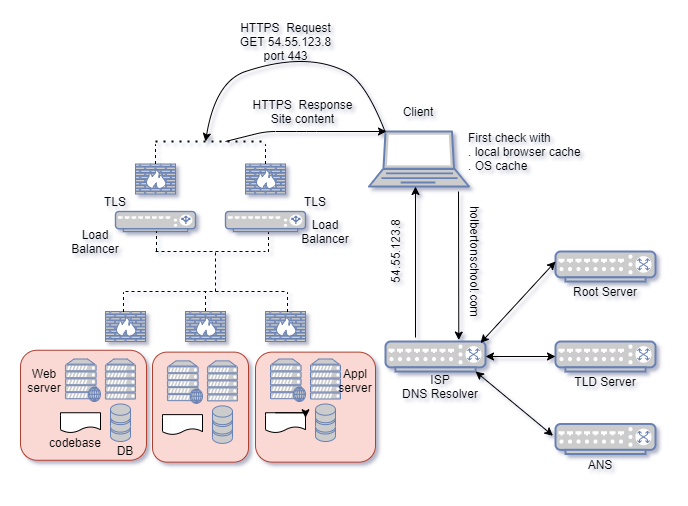
huy75/holberton-system_engineering-devops keeps this draw.io diagram as 0x11-what_happens_when_your_type_holbertonschool_com_in_your_browser_and_press_enter/images/blog.png. Above is the earlier version. Source tidied: cells renumbered, new cells last; positions are measured from the earlier drawing's top-left corner, leaving out a move shared by most shapes.
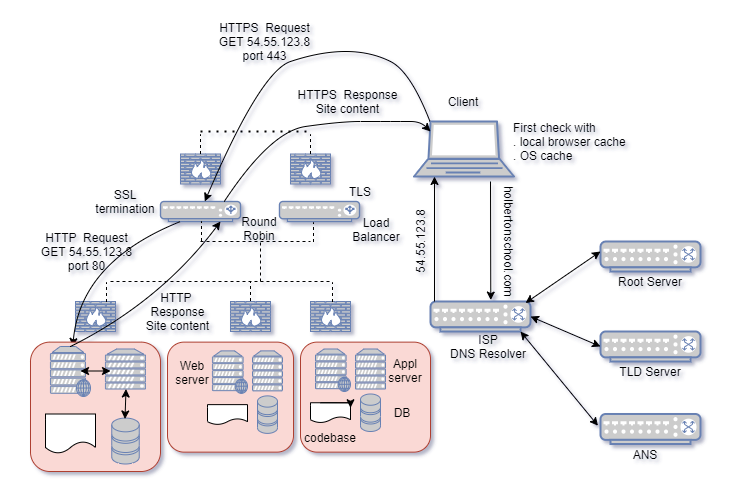
Later version of the same file.

Change to the diagram source:
```diff
@@ -3,10 +3,10 @@
     <mxCell id="0" />
     <mxCell id="1" parent="0" />
     <mxCell id="2" value="holbertonschool.com" style="text;html=1;strokeColor=none;fillColor=none;align=center;verticalAlign=middle;whiteSpace=wrap;rounded=0;rotation=90;" parent="1" vertex="1">
-      <mxGeometry x="395" y="220" width="120" height="20" as="geometry" />
+      <mxGeometry x="384" y="210" width="120" height="20" as="geometry" />
     </mxCell>
     <mxCell id="3" value="54.55.123.8" style="text;html=1;strokeColor=none;fillColor=none;align=center;verticalAlign=middle;whiteSpace=wrap;rounded=0;rotation=-90;" parent="1" vertex="1">
-      <mxGeometry x="325" y="210" width="100" height="20" as="geometry" />
+      <mxGeometry x="305" y="210" width="100" height="20" as="geometry" />
     </mxCell>
     <mxCell id="4" style="fontColor=#0066CC;verticalAlign=top;verticalLabelPosition=bottom;labelPosition=center;align=center;html=1;outlineConnect=0;fillColor=#CCCCCC;strokeColor=#6881B3;gradientColor=none;gradientDirection=north;strokeWidth=2;shape=mxgraph.networks.laptop;" parent="1" vertex="1">
       <mxGeometry x="348.5" y="100" width="100" height="55" as="geometry" />
@@ -15,13 +15,13 @@
       <mxGeometry x="378.5" y="70" width="40" height="20" as="geometry" />
     </mxCell>
     <mxCell id="6" value="ISP&lt;br&gt;DNS Resolver" style="text;html=1;strokeColor=none;fillColor=none;align=center;verticalAlign=middle;whiteSpace=wrap;rounded=0;" parent="1" vertex="1">
-      <mxGeometry x="375" y="340" width="90" height="30" as="geometry" />
+      <mxGeometry x="378.5" y="310" width="90" height="30" as="geometry" />
     </mxCell>
     <mxCell id="7" value="First check with&lt;br&gt;. local browser cache&lt;br&gt;. OS cache" style="text;html=1;strokeColor=none;fillColor=none;align=left;verticalAlign=middle;whiteSpace=wrap;rounded=0;" parent="1" vertex="1">
       <mxGeometry x="446" y="90" width="139" height="60" as="geometry" />
     </mxCell>
     <mxCell id="8" style="fontColor=#0066CC;verticalAlign=top;verticalLabelPosition=bottom;labelPosition=center;align=center;html=1;outlineConnect=0;fillColor=#CCCCCC;strokeColor=#6881B3;gradientColor=none;gradientDirection=north;strokeWidth=2;shape=mxgraph.networks.switch;" parent="1" vertex="1">
-      <mxGeometry x="365" y="310" width="100" height="30" as="geometry" />
+      <mxGeometry x="365" y="280" width="100" height="30" as="geometry" />
     </mxCell>
     <mxCell id="9" style="fontColor=#0066CC;verticalAlign=top;verticalLabelPosition=bottom;labelPosition=center;align=center;html=1;fillColor=#CCCCCC;strokeColor=#6881B3;gradientColor=none;gradientDirection=north;strokeWidth=2;shape=mxgraph.networks.switch;" parent="1" vertex="1">
       <mxGeometry x="535" y="392.5" width="100" height="30" as="geometry" />
@@ -43,13 +43,14 @@
     </mxCell>
     <mxCell id="15" style="endArrow=classic;html=1;" parent="1" edge="1">
       <mxGeometry relative="1" as="geometry">
-        <mxPoint x="395" y="306" as="sourcePoint" />
-        <mxPoint x="395" y="155" as="targetPoint" />
+        <mxPoint x="369" y="280" as="sourcePoint" />
+        <mxPoint x="369" y="155" as="targetPoint" />
       </mxGeometry>
     </mxCell>
-    <mxCell id="16" style="endArrow=classic;html=1;entryX=0.733;entryY=-0.047;entryDx=0;entryDy=0;entryPerimeter=0;" parent="1" edge="1" target="8">
+    <mxCell id="16" style="endArrow=classic;html=1;entryX=0.733;entryY=-0.047;entryDx=0;entryDy=0;entryPerimeter=0;" parent="1" edge="1">
       <mxGeometry relative="1" as="geometry">
-        <mxPoint x="438" y="160" as="sourcePoint" />
+        <mxPoint x="425" y="160" as="sourcePoint" />
+        <mxPoint x="425.3" y="278.6" as="targetPoint" />
       </mxGeometry>
     </mxCell>
     <mxCell id="17" style="fontColor=#0066CC;verticalAlign=top;verticalLabelPosition=bottom;labelPosition=center;align=center;html=1;outlineConnect=0;fillColor=#CCCCCC;strokeColor=#6881B3;gradientColor=none;gradientDirection=north;strokeWidth=2;shape=mxgraph.networks.firewall;" parent="1" vertex="1">
@@ -62,7 +63,7 @@
       <mxGeometry x="95" y="180" width="80" height="20" as="geometry" />
     </mxCell>
     <mxCell id="20" style="fontColor=#0066CC;verticalAlign=top;verticalLabelPosition=bottom;labelPosition=center;align=center;html=1;fillColor=#CCCCCC;strokeColor=#6881B3;gradientColor=none;gradientDirection=north;strokeWidth=2;shape=mxgraph.networks.load_balancer;" parent="1" vertex="1">
-      <mxGeometry x="205" y="180" width="80" height="20" as="geometry" />
+      <mxGeometry x="214" y="180" width="80" height="20" as="geometry" />
     </mxCell>
     <mxCell id="21" style="endArrow=none;dashed=1;html=1;dashPattern=1 3;strokeWidth=2;" parent="1" edge="1">
       <mxGeometry relative="1" as="geometry">
@@ -85,9 +86,8 @@
         <mxPoint x="532.5" y="404.2" as="targetPoint" />
       </mxGeometry>
     </mxCell>
-    <mxCell id="25" style="curved=1;endArrow=classic;html=1;exitX=0.16;exitY=0;exitDx=0;exitDy=0;exitPerimeter=0;" parent="1" edge="1" source="4">
+    <mxCell id="25" style="curved=1;endArrow=classic;html=1;exitX=0.16;exitY=0;exitDx=0;exitDy=0;exitPerimeter=0;" parent="1" edge="1" source="4" target="19">
       <mxGeometry relative="1" as="geometry">
-        <mxPoint x="185" y="110" as="targetPoint" />
         <Array as="points">
           <mxPoint x="345" y="50" />
           <mxPoint x="305" y="30" />
@@ -108,7 +108,7 @@
       </mxGeometry>
     </mxCell>
     <mxCell id="28" style="fontColor=#0066CC;verticalAlign=top;verticalLabelPosition=bottom;labelPosition=center;align=center;html=1;fillColor=#CCCCCC;strokeColor=#6881B3;gradientColor=none;gradientDirection=north;strokeWidth=2;shape=mxgraph.networks.firewall;" parent="1" vertex="1">
-      <mxGeometry x="85" y="280" width="40" height="30" as="geometry" />
+      <mxGeometry x="10" y="280" width="40" height="30" as="geometry" />
     </mxCell>
     <mxCell id="29" style="fontColor=#0066CC;verticalAlign=top;verticalLabelPosition=bottom;labelPosition=center;align=center;html=1;fillColor=#CCCCCC;strokeColor=#6881B3;gradientColor=none;gradientDirection=north;strokeWidth=2;shape=mxgraph.networks.firewall;" parent="1" vertex="1">
       <mxGeometry x="165" y="280" width="40" height="30" as="geometry" />
@@ -116,36 +116,9 @@
     <mxCell id="30" style="fontColor=#0066CC;verticalAlign=top;verticalLabelPosition=bottom;labelPosition=center;align=center;html=1;fillColor=#CCCCCC;strokeColor=#6881B3;gradientColor=none;gradientDirection=north;strokeWidth=2;shape=mxgraph.networks.firewall;" parent="1" vertex="1">
       <mxGeometry x="245" y="280" width="40" height="30" as="geometry" />
     </mxCell>
-    <mxCell id="31" style="group;shadow=1;" parent="1" vertex="1">
-      <mxGeometry x="40" y="327.5" width="86" height="101.2" as="geometry" />
-    </mxCell>
-    <mxCell id="32" style="whiteSpace=wrap;html=1;fillColor=#fad9d5;fontSize=14;strokeColor=#ae4132;verticalAlign=top;rounded=1;" parent="31" vertex="1">
-      <mxGeometry x="-40" y="-8.8" width="126" height="110" as="geometry" />
-    </mxCell>
-    <mxCell id="33" style="fontColor=#0066CC;verticalAlign=top;verticalLabelPosition=bottom;labelPosition=center;align=center;html=1;outlineConnect=0;fillColor=#CCCCCC;strokeColor=#6881B3;gradientColor=none;gradientDirection=north;strokeWidth=2;shape=mxgraph.networks.web_server;" parent="31" vertex="1">
-      <mxGeometry x="5" width="35" height="42.5" as="geometry" />
-    </mxCell>
-    <mxCell id="34" style="fontColor=#0066CC;verticalAlign=top;verticalLabelPosition=bottom;labelPosition=center;align=center;html=1;fillColor=#CCCCCC;strokeColor=#6881B3;gradientColor=none;gradientDirection=north;strokeWidth=2;shape=mxgraph.networks.storage;" parent="31" vertex="1">
-      <mxGeometry x="50" y="45" width="20" height="37.5" as="geometry" />
-    </mxCell>
-    <mxCell id="35" style="fontColor=#0066CC;verticalAlign=top;verticalLabelPosition=bottom;labelPosition=center;align=center;html=1;fillColor=#CCCCCC;strokeColor=#6881B3;gradientColor=none;gradientDirection=north;strokeWidth=2;shape=mxgraph.networks.server;" parent="31" vertex="1">
-      <mxGeometry x="45" width="30" height="40" as="geometry" />
-    </mxCell>
-    <mxCell id="36" style="shape=document;whiteSpace=wrap;html=1;boundedLbl=1;" parent="31" vertex="1">
-      <mxGeometry y="53.8" width="40" height="20" as="geometry" />
-    </mxCell>
-    <mxCell id="37" value="codebase" style="text;html=1;strokeColor=none;fillColor=none;align=center;verticalAlign=middle;whiteSpace=wrap;rounded=0;" parent="31" vertex="1">
-      <mxGeometry x="-5" y="73.8" width="40" height="20" as="geometry" />
-    </mxCell>
-    <mxCell id="38" value="DB" style="text;html=1;strokeColor=none;fillColor=none;align=center;verticalAlign=middle;whiteSpace=wrap;rounded=0;" parent="31" vertex="1">
-      <mxGeometry x="45" y="81.2" width="40" height="20" as="geometry" />
-    </mxCell>
-    <mxCell id="39" value="Web&lt;br&gt;server" style="text;html=1;strokeColor=none;fillColor=none;align=center;verticalAlign=middle;whiteSpace=wrap;rounded=0;" parent="31" vertex="1">
-      <mxGeometry x="-36" y="11.2" width="40" height="20" as="geometry" />
-    </mxCell>
     <mxCell id="40" style="endArrow=none;dashed=1;html=1;" parent="1" edge="1">
       <mxGeometry relative="1" as="geometry">
-        <mxPoint x="105" y="260" as="sourcePoint" />
+        <mxPoint x="45" y="260" as="sourcePoint" />
         <mxPoint x="265" y="260" as="targetPoint" />
       </mxGeometry>
     </mxCell>
@@ -184,8 +157,8 @@
     </mxCell>
     <mxCell id="46" style="endArrow=none;dashed=1;html=1;exitX=0.5;exitY=0;exitDx=0;exitDy=0;exitPerimeter=0;" parent="1" edge="1">
       <mxGeometry relative="1" as="geometry">
-        <mxPoint x="103" y="280.5" as="sourcePoint" />
-        <mxPoint x="103" y="261" as="targetPoint" />
+        <mxPoint x="41" y="280.5" as="sourcePoint" />
+        <mxPoint x="41" y="261" as="targetPoint" />
       </mxGeometry>
     </mxCell>
     <mxCell id="47" style="endArrow=none;dashed=1;html=1;" parent="1" edge="1">
@@ -194,33 +167,20 @@
         <mxPoint x="195" y="220" as="targetPoint" />
       </mxGeometry>
     </mxCell>
-    <mxCell id="48" value="TLS" style="text;html=1;strokeColor=none;fillColor=none;align=center;verticalAlign=middle;whiteSpace=wrap;rounded=0;" parent="1" vertex="1">
-      <mxGeometry x="75" y="160" width="40" height="20" as="geometry" />
-    </mxCell>
     <mxCell id="49" value="TLS" style="text;html=1;strokeColor=none;fillColor=none;align=center;verticalAlign=middle;whiteSpace=wrap;rounded=0;" parent="1" vertex="1">
       <mxGeometry x="275" y="160" width="40" height="20" as="geometry" />
     </mxCell>
     <mxCell id="50" value="HTTPS&amp;nbsp; Request&lt;br&gt;GET 54.55.123.8&lt;br&gt;port 443" style="text;html=1;strokeColor=none;fillColor=none;align=center;verticalAlign=middle;whiteSpace=wrap;rounded=0;" parent="1" vertex="1">
-      <mxGeometry x="198.8" width="132.5" height="20" as="geometry" />
+      <mxGeometry x="132.5" y="10" width="132.5" height="20" as="geometry" />
     </mxCell>
-    <mxCell id="51" style="endArrow=classic;html=1;" parent="1" edge="1">
-      <mxGeometry relative="1" as="geometry">
-        <mxPoint x="205" y="110" as="sourcePoint" />
-        <mxPoint x="366" y="100" as="targetPoint" />
-        <Array as="points">
-          <mxPoint x="245" y="100" />
-          <mxPoint x="286" y="100" />
-        </Array>
-      </mxGeometry>
-    </mxCell>
     <mxCell id="52" value="HTTPS&amp;nbsp; Response&lt;br&gt;Site content" style="text;html=1;strokeColor=none;fillColor=none;align=center;verticalAlign=middle;whiteSpace=wrap;rounded=0;" parent="1" vertex="1">
       <mxGeometry x="216" y="70" width="132.5" height="20" as="geometry" />
     </mxCell>
     <mxCell id="53" style="group;shadow=1;" parent="1" vertex="1">
-      <mxGeometry x="245" y="327.5" width="110" height="103.1" as="geometry" />
+      <mxGeometry x="245" y="327.5" width="120" height="103.1" as="geometry" />
     </mxCell>
     <mxCell id="54" style="whiteSpace=wrap;html=1;fillColor=#fad9d5;fontSize=14;strokeColor=#ae4132;verticalAlign=top;rounded=1;" parent="53" vertex="1">
-      <mxGeometry x="-10" y="-6.9" width="120" height="110" as="geometry" />
+      <mxGeometry x="-10" y="-6.9" width="130" height="110" as="geometry" />
     </mxCell>
     <mxCell id="55" style="fontColor=#0066CC;verticalAlign=top;verticalLabelPosition=bottom;labelPosition=center;align=center;html=1;fillColor=#CCCCCC;strokeColor=#6881B3;gradientColor=none;gradientDirection=north;strokeWidth=2;shape=mxgraph.networks.web_server;" parent="53" vertex="1">
       <mxGeometry x="5" width="35" height="42.5" as="geometry" />
@@ -238,13 +198,19 @@
       <mxGeometry relative="1" as="geometry" />
     </mxCell>
     <mxCell id="60" value="Appl server" style="text;html=1;strokeColor=none;fillColor=none;align=center;verticalAlign=middle;whiteSpace=wrap;rounded=0;" parent="53" vertex="1">
-      <mxGeometry x="70" y="11.2" width="40" height="20" as="geometry" />
+      <mxGeometry x="75" y="11.2" width="40" height="20" as="geometry" />
     </mxCell>
+    <mxCell id="38" value="DB" style="text;html=1;strokeColor=none;fillColor=none;align=center;verticalAlign=middle;whiteSpace=wrap;rounded=0;" parent="53" vertex="1">
+      <mxGeometry x="72" y="53.8" width="40" height="20" as="geometry" />
+    </mxCell>
+    <mxCell id="37" value="codebase" style="text;html=1;strokeColor=none;fillColor=none;align=center;verticalAlign=middle;whiteSpace=wrap;rounded=0;" parent="53" vertex="1">
+      <mxGeometry y="78.5" width="40" height="20" as="geometry" />
+    </mxCell>
     <mxCell id="61" style="group;shadow=1;" parent="1" vertex="1">
       <mxGeometry x="142" y="329.4" width="86" height="101.2" as="geometry" />
     </mxCell>
     <mxCell id="62" style="whiteSpace=wrap;html=1;fillColor=#fad9d5;fontSize=14;strokeColor=#ae4132;verticalAlign=top;rounded=1;" parent="61" vertex="1">
-      <mxGeometry x="-10" y="-8.8" width="96" height="110" as="geometry" />
+      <mxGeometry x="-40" y="-8.8" width="126" height="110" as="geometry" />
     </mxCell>
     <mxCell id="63" style="fontColor=#0066CC;verticalAlign=top;verticalLabelPosition=bottom;labelPosition=center;align=center;html=1;fillColor=#CCCCCC;strokeColor=#6881B3;gradientColor=none;gradientDirection=north;strokeWidth=2;shape=mxgraph.networks.web_server;" parent="61" vertex="1">
       <mxGeometry x="5" width="35" height="42.5" as="geometry" />
@@ -258,11 +224,77 @@
     <mxCell id="66" style="shape=document;whiteSpace=wrap;html=1;boundedLbl=1;" parent="61" vertex="1">
       <mxGeometry y="53.8" width="40" height="20" as="geometry" />
     </mxCell>
+    <mxCell id="39" value="Web&lt;br&gt;server" style="text;html=1;strokeColor=none;fillColor=none;align=center;verticalAlign=middle;whiteSpace=wrap;rounded=0;" parent="61" vertex="1">
+      <mxGeometry x="-35" y="11.2" width="40" height="20" as="geometry" />
+    </mxCell>
     <mxCell id="67" value="Load Balancer" style="text;html=1;strokeColor=none;fillColor=none;align=center;verticalAlign=middle;whiteSpace=wrap;rounded=0;" parent="1" vertex="1">
-      <mxGeometry x="285" y="190" width="40" height="20" as="geometry" />
+      <mxGeometry x="291" y="198" width="40" height="20" as="geometry" />
     </mxCell>
-    <mxCell id="68" value="Load Balancer" style="text;html=1;strokeColor=none;fillColor=none;align=center;verticalAlign=middle;whiteSpace=wrap;rounded=0;" parent="1" vertex="1">
-      <mxGeometry x="55" y="200" width="40" height="20" as="geometry" />
-    </mxCell>
+    <mxCell id="69" style="curved=1;endArrow=classic;html=1;exitX=0.25;exitY=1;exitDx=0;exitDy=0;exitPerimeter=0;" parent="1" edge="1" source="19" target="33">
+      <mxGeometry relative="1" as="geometry">
+        <Array as="points">
+          <mxPoint x="15" y="240" />
+        </Array>
+      </mxGeometry>
+    </mxCell>
+    <mxCell id="32" style="whiteSpace=wrap;html=1;fillColor=#fad9d5;fontSize=14;strokeColor=#ae4132;verticalAlign=top;rounded=1;" parent="1" vertex="1">
+      <mxGeometry x="-35" y="320.6" width="130" height="129.4" as="geometry" />
+    </mxCell>
+    <mxCell id="33" style="fontColor=#0066CC;verticalAlign=top;verticalLabelPosition=bottom;labelPosition=center;align=center;html=1;outlineConnect=0;fillColor=#CCCCCC;strokeColor=#6881B3;gradientColor=none;gradientDirection=north;strokeWidth=2;shape=mxgraph.networks.web_server;" parent="1" vertex="1">
+      <mxGeometry x="-15" y="325" width="40" height="50" as="geometry" />
+    </mxCell>
+    <mxCell id="34" style="fontColor=#0066CC;verticalAlign=top;verticalLabelPosition=bottom;labelPosition=center;align=center;html=1;fillColor=#CCCCCC;strokeColor=#6881B3;gradientColor=none;gradientDirection=north;strokeWidth=2;shape=mxgraph.networks.storage;" parent="1" vertex="1">
+      <mxGeometry x="46.2" y="396.6" width="27.5" height="45.9" as="geometry" />
+    </mxCell>
+    <mxCell id="35" style="fontColor=#0066CC;verticalAlign=top;verticalLabelPosition=bottom;labelPosition=center;align=center;html=1;fillColor=#CCCCCC;strokeColor=#6881B3;gradientColor=none;gradientDirection=north;strokeWidth=2;shape=mxgraph.networks.server;" parent="1" vertex="1">
+      <mxGeometry x="40" y="327.5" width="40" height="40" as="geometry" />
+    </mxCell>
+    <mxCell id="36" style="shape=document;whiteSpace=wrap;html=1;boundedLbl=1;" parent="1" vertex="1">
+      <mxGeometry x="-20" y="392.5" width="50" height="39.4" as="geometry" />
+    </mxCell>
+    <mxCell id="70" value="HTTP&amp;nbsp; Request&lt;br&gt;GET 54.55.123.8&lt;br&gt;port 80" style="text;html=1;strokeColor=none;fillColor=none;align=center;verticalAlign=middle;whiteSpace=wrap;rounded=0;" parent="1" vertex="1">
+      <mxGeometry x="-45" y="220" width="132.5" height="20" as="geometry" />
+    </mxCell>
+    <mxCell id="71" style="endArrow=classic;startArrow=classic;html=1;" parent="1" edge="1">
+      <mxGeometry relative="1" as="geometry">
+        <mxPoint x="15" y="349.5" as="sourcePoint" />
+        <mxPoint x="45" y="349.5" as="targetPoint" />
+      </mxGeometry>
+    </mxCell>
+    <mxCell id="72" style="endArrow=classic;startArrow=classic;html=1;" parent="1" edge="1">
+      <mxGeometry relative="1" as="geometry">
+        <mxPoint x="59.5" y="397.5" as="sourcePoint" />
+        <mxPoint x="60.5" y="367.5" as="targetPoint" />
+      </mxGeometry>
+    </mxCell>
+    <mxCell id="73" style="curved=1;endArrow=classic;html=1;entryX=0.75;entryY=1;entryDx=0;entryDy=0;entryPerimeter=0;exitX=0.5;exitY=0;exitDx=0;exitDy=0;exitPerimeter=0;" parent="1" edge="1" source="33" target="19">
+      <mxGeometry relative="1" as="geometry">
+        <Array as="points">
+          <mxPoint x="95" y="280" />
+        </Array>
+      </mxGeometry>
+    </mxCell>
+    <mxCell id="74" style="curved=1;endArrow=classic;html=1;exitX=0;exitY=1;exitDx=0;exitDy=0;" parent="1" edge="1">
+      <mxGeometry relative="1" as="geometry">
+        <mxPoint x="158.8" y="180" as="sourcePoint" />
+        <mxPoint x="365" y="110" as="targetPoint" />
+        <Array as="points">
+          <mxPoint x="205" y="110" />
+          <mxPoint x="275" y="100" />
+          <mxPoint x="315" y="100" />
+          <mxPoint x="335" y="100" />
+          <mxPoint x="355" y="100" />
+        </Array>
+      </mxGeometry>
+    </mxCell>
+    <mxCell id="75" value="HTTP&amp;nbsp; Response&lt;br&gt;Site content" style="text;html=1;strokeColor=none;fillColor=none;align=center;verticalAlign=middle;whiteSpace=wrap;rounded=0;" parent="1" vertex="1">
+      <mxGeometry x="66.2" y="280" width="92.5" height="20" as="geometry" />
+    </mxCell>
+    <mxCell id="76" value="SSL termination" style="text;html=1;strokeColor=none;fillColor=none;align=center;verticalAlign=middle;whiteSpace=wrap;rounded=0;" parent="1" vertex="1">
+      <mxGeometry x="40" y="170" width="40" height="20" as="geometry" />
+    </mxCell>
+    <mxCell id="77" value="Round Robin" style="text;html=1;strokeColor=none;fillColor=none;align=center;verticalAlign=middle;whiteSpace=wrap;rounded=0;" parent="1" vertex="1">
+      <mxGeometry x="174" y="197" width="40" height="20" as="geometry" />
+    </mxCell>
   </root>
 </mxGraphModel>
```
